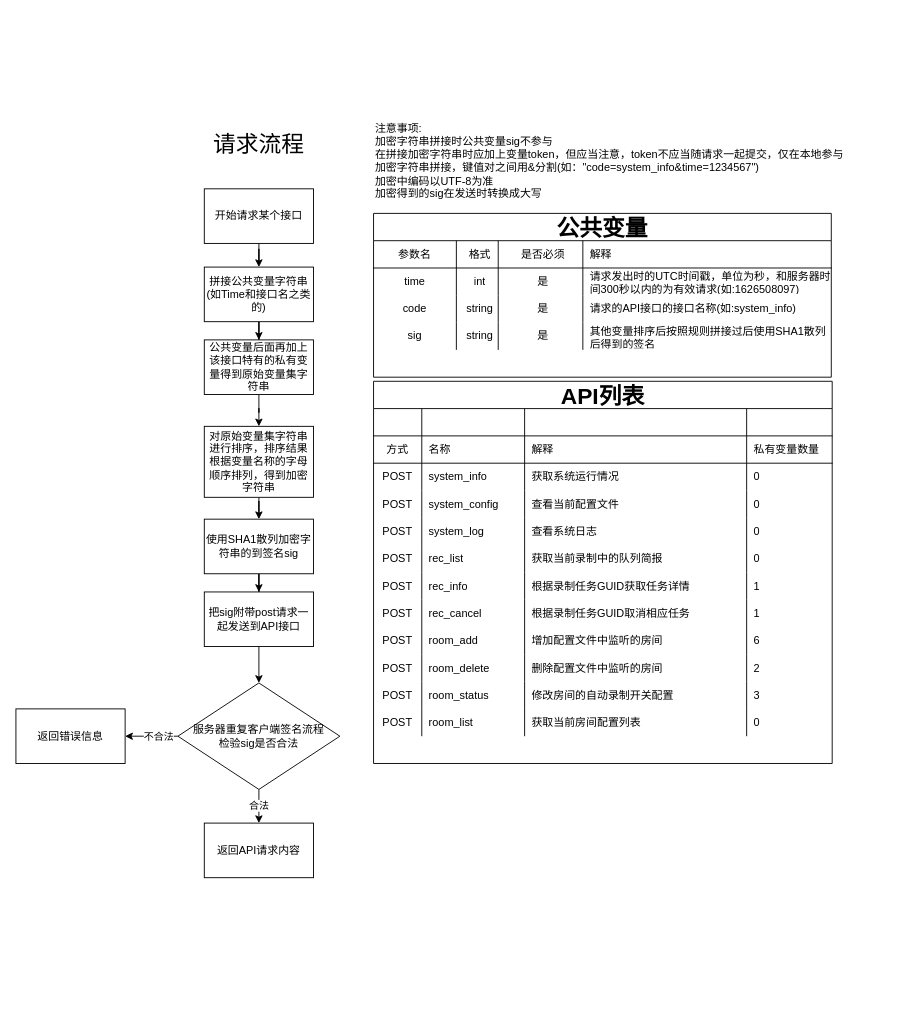
Above: Dev/API.drawio in CHKZL/DDTV (draw.io), before the change. Source tidied: cells renumbered, new cells numbered last; positions are measured from the earlier drawing's top-left corner, leaving out a move shared by most shapes. Both pictures are drawn from the tidied source at 91%, with x=0, y=0 at pixel (15, 116).
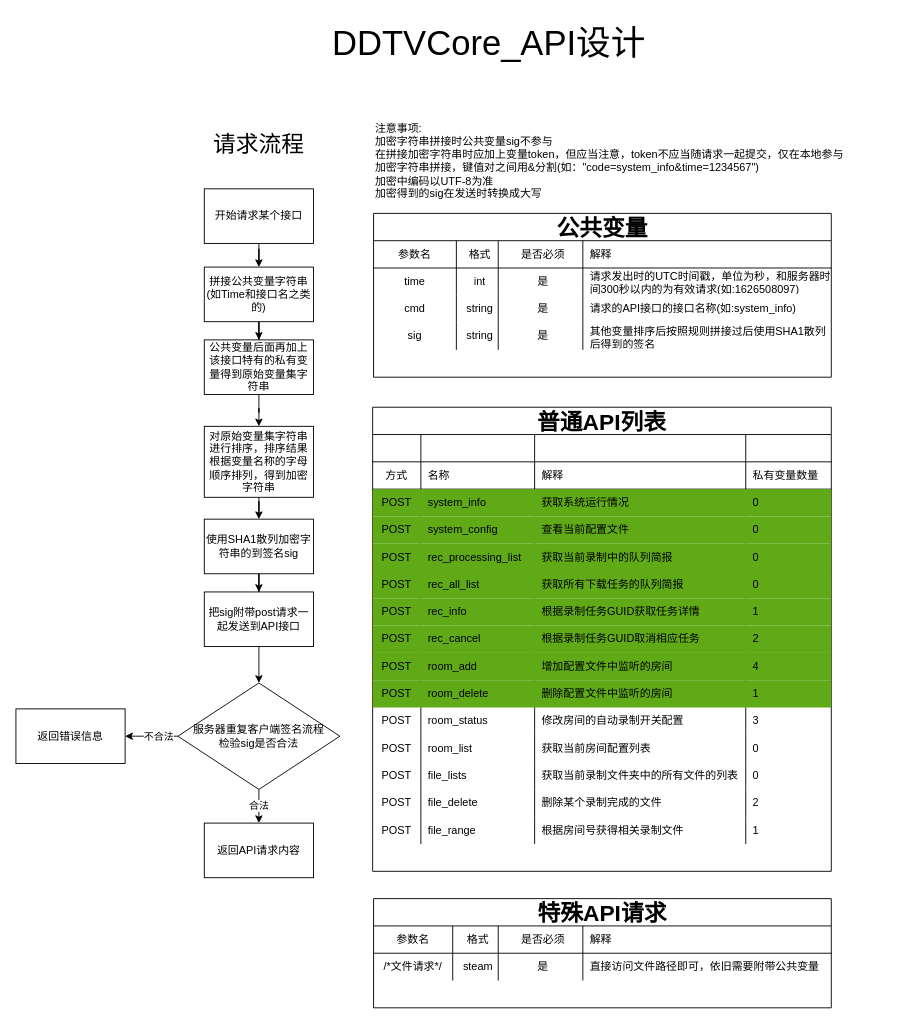
The same diagram, later.

The change refers to these unchanged cells:
```xml
<mxCell id="20" style="shape=partialRectangle;html=1;whiteSpace=wrap;fillColor=none;top=0;left=0;bottom=1;right=0;" parent="19" vertex="1">
  <mxGeometry y="30" width="504" height="30" as="geometry" />
</mxCell>
<mxCell id="25" style="shape=partialRectangle;html=1;whiteSpace=wrap;fillColor=none;top=0;left=0;bottom=1;right=0;" parent="19" vertex="1">
  <mxGeometry y="60" width="504" height="30" as="geometry" />
</mxCell>
<mxCell id="70" style="shape=partialRectangle;html=1;whiteSpace=wrap;fillColor=none;top=0;left=0;bottom=0;right=0;" parent="19" vertex="1">
  <mxGeometry y="330" width="504" height="30" as="geometry" />
</mxCell>
<mxCell id="75" style="shape=partialRectangle;html=1;whiteSpace=wrap;fillColor=none;top=0;left=0;bottom=0;right=0;" parent="19" vertex="1">
  <mxGeometry y="360" width="504" height="30" as="geometry" />
</mxCell>
<mxCell id="91" style="shape=partialRectangle;html=1;whiteSpace=wrap;fillColor=none;top=0;left=0;bottom=0;right=0;" parent="80" vertex="1">
  <mxGeometry y="90" width="503" height="30" as="geometry" />
</mxCell>
```

Change to the diagram source:
```diff
@@
-    <mxCell id="19" value="API列表" style="shape=table;html=1;whiteSpace=wrap;startSize=30;childLayout=tableLayout;rowLines=0;fontStyle=1;align=center;fontSize=25;" parent="1" vertex="1">
-      <mxGeometry x="393" y="291.5" width="504" height="420" as="geometry" />
+    <mxCell id="19" value="普通API列表" style="shape=table;html=1;whiteSpace=wrap;startSize=30;childLayout=tableLayout;rowLines=0;fontStyle=1;align=center;fontSize=25;" parent="1" vertex="1">
+      <mxGeometry x="392" y="320" width="504" height="510" as="geometry" />
     </mxCell>
@@
     <mxCell id="22" style="shape=partialRectangle;html=1;whiteSpace=wrap;fillColor=none;top=0;left=0;bottom=0;right=0;align=left;spacingLeft=6;overflow=hidden;" parent="20" vertex="1">
-      <mxGeometry x="53" width="113" height="30" as="geometry" />
+      <mxGeometry x="53" width="125" height="30" as="geometry" />
     </mxCell>
     <mxCell id="23" style="shape=partialRectangle;html=1;whiteSpace=wrap;fillColor=none;top=0;left=0;bottom=0;right=0;align=left;spacingLeft=6;overflow=hidden;" parent="20" vertex="1">
-      <mxGeometry x="166" width="244" height="30" as="geometry" />
+      <mxGeometry x="178" width="232" height="30" as="geometry" />
     </mxCell>
@@
     <mxCell id="27" value="名称" style="shape=partialRectangle;html=1;whiteSpace=wrap;fillColor=none;top=0;left=0;bottom=0;right=0;align=left;spacingLeft=6;overflow=hidden;" parent="25" vertex="1">
-      <mxGeometry x="53" width="113" height="30" as="geometry" />
+      <mxGeometry x="53" width="125" height="30" as="geometry" />
     </mxCell>
     <mxCell id="28" value="解释" style="shape=partialRectangle;html=1;whiteSpace=wrap;fillColor=none;top=0;left=0;bottom=0;right=0;align=left;spacingLeft=6;overflow=hidden;" parent="25" vertex="1">
-      <mxGeometry x="166" width="244" height="30" as="geometry" />
+      <mxGeometry x="178" width="232" height="30" as="geometry" />
     </mxCell>
@@
-    <mxCell id="30" style="shape=partialRectangle;html=1;whiteSpace=wrap;fillColor=none;top=0;left=0;bottom=0;right=0;" parent="19" vertex="1">
+    <mxCell id="30" style="shape=partialRectangle;html=1;whiteSpace=wrap;fillColor=#60a917;top=0;left=0;bottom=0;right=0;strokeColor=#2D7600;fontColor=#ffffff;" parent="19" vertex="1">
       <mxGeometry y="90" width="504" height="30" as="geometry" />
     </mxCell>
@@
     <mxCell id="32" value="system_info" style="shape=partialRectangle;html=1;whiteSpace=wrap;fillColor=none;top=0;left=0;bottom=0;right=0;align=left;spacingLeft=6;overflow=hidden;" parent="30" vertex="1">
-      <mxGeometry x="53" width="113" height="30" as="geometry" />
+      <mxGeometry x="53" width="125" height="30" as="geometry" />
     </mxCell>
     <mxCell id="33" value="获取系统运行情况" style="shape=partialRectangle;html=1;whiteSpace=wrap;fillColor=none;top=0;left=0;bottom=0;right=0;align=left;spacingLeft=6;overflow=hidden;" parent="30" vertex="1">
-      <mxGeometry x="166" width="244" height="30" as="geometry" />
+      <mxGeometry x="178" width="232" height="30" as="geometry" />
     </mxCell>
@@
-    <mxCell id="35" style="shape=partialRectangle;html=1;whiteSpace=wrap;fillColor=none;top=0;left=0;bottom=0;right=0;" parent="19" vertex="1">
+    <mxCell id="35" style="shape=partialRectangle;html=1;whiteSpace=wrap;fillColor=#60a917;top=0;left=0;bottom=0;right=0;strokeColor=#2D7600;fontColor=#ffffff;" parent="19" vertex="1">
       <mxGeometry y="120" width="504" height="30" as="geometry" />
     </mxCell>
@@
     <mxCell id="37" value="system_config" style="shape=partialRectangle;html=1;whiteSpace=wrap;fillColor=none;top=0;left=0;bottom=0;right=0;align=left;spacingLeft=6;overflow=hidden;" parent="35" vertex="1">
-      <mxGeometry x="53" width="113" height="30" as="geometry" />
+      <mxGeometry x="53" width="125" height="30" as="geometry" />
     </mxCell>
     <mxCell id="38" value="查看当前配置文件" style="shape=partialRectangle;html=1;whiteSpace=wrap;fillColor=none;top=0;left=0;bottom=0;right=0;align=left;spacingLeft=6;overflow=hidden;" parent="35" vertex="1">
-      <mxGeometry x="166" width="244" height="30" as="geometry" />
+      <mxGeometry x="178" width="232" height="30" as="geometry" />
     </mxCell>
@@
-    <mxCell id="40" style="shape=partialRectangle;html=1;whiteSpace=wrap;fillColor=none;top=0;left=0;bottom=0;right=0;" parent="19" vertex="1">
-      <mxGeometry y="150" width="504" height="30" as="geometry" />
-    </mxCell>
-    <mxCell id="41" value="POST" style="shape=partialRectangle;html=1;whiteSpace=wrap;fillColor=none;top=0;left=0;bottom=0;right=0;overflow=hidden;" parent="40" vertex="1">
-      <mxGeometry width="53" height="30" as="geometry" />
-    </mxCell>
-    <mxCell id="42" value="system_log" style="shape=partialRectangle;html=1;whiteSpace=wrap;fillColor=none;top=0;left=0;bottom=0;right=0;align=left;spacingLeft=6;overflow=hidden;" parent="40" vertex="1">
-      <mxGeometry x="53" width="113" height="30" as="geometry" />
-    </mxCell>
-    <mxCell id="43" value="查看系统日志" style="shape=partialRectangle;html=1;whiteSpace=wrap;fillColor=none;top=0;left=0;bottom=0;right=0;align=left;spacingLeft=6;overflow=hidden;" parent="40" vertex="1">
-      <mxGeometry x="166" width="244" height="30" as="geometry" />
-    </mxCell>
-    <mxCell id="44" value="0" style="shape=partialRectangle;html=1;whiteSpace=wrap;fillColor=none;top=0;left=0;bottom=0;right=0;align=left;spacingLeft=6;overflow=hidden;" parent="40" vertex="1">
-      <mxGeometry x="410" width="94" height="30" as="geometry" />
-    </mxCell>
-    <mxCell id="45" style="shape=partialRectangle;html=1;whiteSpace=wrap;fillColor=none;top=0;left=0;bottom=0;right=0;" parent="19" vertex="1">
-      <mxGeometry y="180" width="504" height="30" as="geometry" />
+    <mxCell id="45" style="shape=partialRectangle;html=1;whiteSpace=wrap;fillColor=#60a917;top=0;left=0;bottom=0;right=0;strokeColor=#2D7600;fontColor=#ffffff;" parent="19" vertex="1">
+      <mxGeometry y="150" width="504" height="30" as="geometry" />
     </mxCell>
@@
-    <mxCell id="47" value="rec_list" style="shape=partialRectangle;html=1;whiteSpace=wrap;fillColor=none;top=0;left=0;bottom=0;right=0;align=left;spacingLeft=6;overflow=hidden;" parent="45" vertex="1">
-      <mxGeometry x="53" width="113" height="30" as="geometry" />
+    <mxCell id="47" value="rec_processing_list" style="shape=partialRectangle;html=1;whiteSpace=wrap;fillColor=none;top=0;left=0;bottom=0;right=0;align=left;spacingLeft=6;overflow=hidden;" parent="45" vertex="1">
+      <mxGeometry x="53" width="125" height="30" as="geometry" />
     </mxCell>
     <mxCell id="48" value="获取当前录制中的队列简报" style="shape=partialRectangle;html=1;whiteSpace=wrap;fillColor=none;top=0;left=0;bottom=0;right=0;align=left;spacingLeft=6;overflow=hidden;" parent="45" vertex="1">
-      <mxGeometry x="166" width="244" height="30" as="geometry" />
+      <mxGeometry x="178" width="232" height="30" as="geometry" />
     </mxCell>
@@
+    <mxCell id="104" style="shape=partialRectangle;html=1;whiteSpace=wrap;fillColor=#60a917;top=0;left=0;bottom=0;right=0;strokeColor=#2D7600;fontColor=#ffffff;" parent="19" vertex="1">
+      <mxGeometry y="180" width="504" height="30" as="geometry" />
+    </mxCell>
+    <mxCell id="105" value="POST" style="shape=partialRectangle;html=1;whiteSpace=wrap;fillColor=none;top=0;left=0;bottom=0;right=0;overflow=hidden;" parent="104" vertex="1">
+      <mxGeometry width="53" height="30" as="geometry" />
+    </mxCell>
+    <mxCell id="106" value="rec_all_list" style="shape=partialRectangle;html=1;whiteSpace=wrap;fillColor=none;top=0;left=0;bottom=0;right=0;align=left;spacingLeft=6;overflow=hidden;" parent="104" vertex="1">
+      <mxGeometry x="53" width="125" height="30" as="geometry" />
+    </mxCell>
+    <mxCell id="107" value="获取所有下载任务的队列简报" style="shape=partialRectangle;html=1;whiteSpace=wrap;fillColor=none;top=0;left=0;bottom=0;right=0;align=left;spacingLeft=6;overflow=hidden;" parent="104" vertex="1">
+      <mxGeometry x="178" width="232" height="30" as="geometry" />
+    </mxCell>
+    <mxCell id="108" value="0" style="shape=partialRectangle;html=1;whiteSpace=wrap;fillColor=none;top=0;left=0;bottom=0;right=0;align=left;spacingLeft=6;overflow=hidden;" parent="104" vertex="1">
+      <mxGeometry x="410" width="94" height="30" as="geometry" />
+    </mxCell>
-    <mxCell id="50" style="shape=partialRectangle;html=1;whiteSpace=wrap;fillColor=none;top=0;left=0;bottom=0;right=0;" parent="19" vertex="1">
+    <mxCell id="50" style="shape=partialRectangle;html=1;whiteSpace=wrap;fillColor=#60a917;top=0;left=0;bottom=0;right=0;strokeColor=#2D7600;fontColor=#ffffff;" parent="19" vertex="1">
       <mxGeometry y="210" width="504" height="30" as="geometry" />
     </mxCell>
@@
     <mxCell id="52" value="rec_info" style="shape=partialRectangle;html=1;whiteSpace=wrap;fillColor=none;top=0;left=0;bottom=0;right=0;align=left;spacingLeft=6;overflow=hidden;" parent="50" vertex="1">
-      <mxGeometry x="53" width="113" height="30" as="geometry" />
+      <mxGeometry x="53" width="125" height="30" as="geometry" />
     </mxCell>
     <mxCell id="53" value="根据录制任务GUID获取任务详情" style="shape=partialRectangle;html=1;whiteSpace=wrap;fillColor=none;top=0;left=0;bottom=0;right=0;align=left;spacingLeft=6;overflow=hidden;" parent="50" vertex="1">
-      <mxGeometry x="166" width="244" height="30" as="geometry" />
+      <mxGeometry x="178" width="232" height="30" as="geometry" />
     </mxCell>
@@
-    <mxCell id="55" style="shape=partialRectangle;html=1;whiteSpace=wrap;fillColor=none;top=0;left=0;bottom=0;right=0;" parent="19" vertex="1">
+    <mxCell id="55" style="shape=partialRectangle;html=1;whiteSpace=wrap;fillColor=#60a917;top=0;left=0;bottom=0;right=0;strokeColor=#2D7600;fontColor=#ffffff;" parent="19" vertex="1">
       <mxGeometry y="240" width="504" height="30" as="geometry" />
     </mxCell>
@@
     <mxCell id="57" value="rec_cancel" style="shape=partialRectangle;html=1;whiteSpace=wrap;fillColor=none;top=0;left=0;bottom=0;right=0;align=left;spacingLeft=6;overflow=hidden;" parent="55" vertex="1">
-      <mxGeometry x="53" width="113" height="30" as="geometry" />
+      <mxGeometry x="53" width="125" height="30" as="geometry" />
     </mxCell>
     <mxCell id="58" value="根据录制任务GUID取消相应任务" style="shape=partialRectangle;html=1;whiteSpace=wrap;fillColor=none;top=0;left=0;bottom=0;right=0;align=left;spacingLeft=6;overflow=hidden;" parent="55" vertex="1">
-      <mxGeometry x="166" width="244" height="30" as="geometry" />
+      <mxGeometry x="178" width="232" height="30" as="geometry" />
     </mxCell>
-    <mxCell id="59" value="1" style="shape=partialRectangle;html=1;whiteSpace=wrap;fillColor=none;top=0;left=0;bottom=0;right=0;align=left;spacingLeft=6;overflow=hidden;" parent="55" vertex="1">
+    <mxCell id="59" value="2" style="shape=partialRectangle;html=1;whiteSpace=wrap;fillColor=none;top=0;left=0;bottom=0;right=0;align=left;spacingLeft=6;overflow=hidden;" parent="55" vertex="1">
       <mxGeometry x="410" width="94" height="30" as="geometry" />
     </mxCell>
-    <mxCell id="60" style="shape=partialRectangle;html=1;whiteSpace=wrap;fillColor=none;top=0;left=0;bottom=0;right=0;" parent="19" vertex="1">
+    <mxCell id="60" style="shape=partialRectangle;html=1;whiteSpace=wrap;fillColor=#60a917;top=0;left=0;bottom=0;right=0;strokeColor=#2D7600;fontColor=#ffffff;" parent="19" vertex="1">
       <mxGeometry y="270" width="504" height="30" as="geometry" />
     </mxCell>
@@
     <mxCell id="62" value="room_add" style="shape=partialRectangle;html=1;whiteSpace=wrap;fillColor=none;top=0;left=0;bottom=0;right=0;align=left;spacingLeft=6;overflow=hidden;" parent="60" vertex="1">
-      <mxGeometry x="53" width="113" height="30" as="geometry" />
+      <mxGeometry x="53" width="125" height="30" as="geometry" />
     </mxCell>
     <mxCell id="63" value="增加配置文件中监听的房间" style="shape=partialRectangle;html=1;whiteSpace=wrap;fillColor=none;top=0;left=0;bottom=0;right=0;align=left;spacingLeft=6;overflow=hidden;" parent="60" vertex="1">
-      <mxGeometry x="166" width="244" height="30" as="geometry" />
+      <mxGeometry x="178" width="232" height="30" as="geometry" />
     </mxCell>
-    <mxCell id="64" value="6" style="shape=partialRectangle;html=1;whiteSpace=wrap;fillColor=none;top=0;left=0;bottom=0;right=0;align=left;spacingLeft=6;overflow=hidden;" parent="60" vertex="1">
+    <mxCell id="64" value="4" style="shape=partialRectangle;html=1;whiteSpace=wrap;fillColor=none;top=0;left=0;bottom=0;right=0;align=left;spacingLeft=6;overflow=hidden;" parent="60" vertex="1">
       <mxGeometry x="410" width="94" height="30" as="geometry" />
     </mxCell>
-    <mxCell id="65" style="shape=partialRectangle;html=1;whiteSpace=wrap;fillColor=none;top=0;left=0;bottom=0;right=0;" parent="19" vertex="1">
+    <mxCell id="65" style="shape=partialRectangle;html=1;whiteSpace=wrap;fillColor=#60a917;top=0;left=0;bottom=0;right=0;strokeColor=#2D7600;fontColor=#ffffff;" parent="19" vertex="1">
       <mxGeometry y="300" width="504" height="30" as="geometry" />
     </mxCell>
@@
     <mxCell id="67" value="room_delete" style="shape=partialRectangle;html=1;whiteSpace=wrap;fillColor=none;top=0;left=0;bottom=0;right=0;align=left;spacingLeft=6;overflow=hidden;" parent="65" vertex="1">
-      <mxGeometry x="53" width="113" height="30" as="geometry" />
+      <mxGeometry x="53" width="125" height="30" as="geometry" />
     </mxCell>
     <mxCell id="68" value="删除配置文件中监听的房间" style="shape=partialRectangle;html=1;whiteSpace=wrap;fillColor=none;top=0;left=0;bottom=0;right=0;align=left;spacingLeft=6;overflow=hidden;" parent="65" vertex="1">
-      <mxGeometry x="166" width="244" height="30" as="geometry" />
+      <mxGeometry x="178" width="232" height="30" as="geometry" />
     </mxCell>
-    <mxCell id="69" value="2" style="shape=partialRectangle;html=1;whiteSpace=wrap;fillColor=none;top=0;left=0;bottom=0;right=0;align=left;spacingLeft=6;overflow=hidden;" parent="65" vertex="1">
+    <mxCell id="69" value="1" style="shape=partialRectangle;html=1;whiteSpace=wrap;fillColor=none;top=0;left=0;bottom=0;right=0;align=left;spacingLeft=6;overflow=hidden;" parent="65" vertex="1">
       <mxGeometry x="410" width="94" height="30" as="geometry" />
     </mxCell>
@@
     <mxCell id="72" value="room_status" style="shape=partialRectangle;html=1;whiteSpace=wrap;fillColor=none;top=0;left=0;bottom=0;right=0;align=left;spacingLeft=6;overflow=hidden;" parent="70" vertex="1">
-      <mxGeometry x="53" width="113" height="30" as="geometry" />
+      <mxGeometry x="53" width="125" height="30" as="geometry" />
     </mxCell>
     <mxCell id="73" value="修改房间的自动录制开关配置" style="shape=partialRectangle;html=1;whiteSpace=wrap;fillColor=none;top=0;left=0;bottom=0;right=0;align=left;spacingLeft=6;overflow=hidden;" parent="70" vertex="1">
-      <mxGeometry x="166" width="244" height="30" as="geometry" />
+      <mxGeometry x="178" width="232" height="30" as="geometry" />
     </mxCell>
@@
     <mxCell id="77" value="room_list" style="shape=partialRectangle;html=1;whiteSpace=wrap;fillColor=none;top=0;left=0;bottom=0;right=0;align=left;spacingLeft=6;overflow=hidden;" parent="75" vertex="1">
-      <mxGeometry x="53" width="113" height="30" as="geometry" />
+      <mxGeometry x="53" width="125" height="30" as="geometry" />
     </mxCell>
     <mxCell id="78" value="获取当前房间配置列表" style="shape=partialRectangle;html=1;whiteSpace=wrap;fillColor=none;top=0;left=0;bottom=0;right=0;align=left;spacingLeft=6;overflow=hidden;" parent="75" vertex="1">
-      <mxGeometry x="166" width="244" height="30" as="geometry" />
+      <mxGeometry x="178" width="232" height="30" as="geometry" />
     </mxCell>
@@
+    <mxCell id="109" style="shape=partialRectangle;html=1;whiteSpace=wrap;fillColor=none;top=0;left=0;bottom=0;right=0;" parent="19" vertex="1">
+      <mxGeometry y="390" width="504" height="30" as="geometry" />
+    </mxCell>
+    <mxCell id="110" value="POST" style="shape=partialRectangle;html=1;whiteSpace=wrap;fillColor=none;top=0;left=0;bottom=0;right=0;overflow=hidden;" parent="109" vertex="1">
+      <mxGeometry width="53" height="30" as="geometry" />
+    </mxCell>
+    <mxCell id="111" value="file_lists" style="shape=partialRectangle;html=1;whiteSpace=wrap;fillColor=none;top=0;left=0;bottom=0;right=0;align=left;spacingLeft=6;overflow=hidden;" parent="109" vertex="1">
+      <mxGeometry x="53" width="125" height="30" as="geometry" />
+    </mxCell>
+    <mxCell id="112" value="获取当前录制文件夹中的所有文件的列表" style="shape=partialRectangle;html=1;whiteSpace=wrap;fillColor=none;top=0;left=0;bottom=0;right=0;align=left;spacingLeft=6;overflow=hidden;" parent="109" vertex="1">
+      <mxGeometry x="178" width="232" height="30" as="geometry" />
+    </mxCell>
+    <mxCell id="113" value="0" style="shape=partialRectangle;html=1;whiteSpace=wrap;fillColor=none;top=0;left=0;bottom=0;right=0;align=left;spacingLeft=6;overflow=hidden;" parent="109" vertex="1">
+      <mxGeometry x="410" width="94" height="30" as="geometry" />
+    </mxCell>
+    <mxCell id="114" style="shape=partialRectangle;html=1;whiteSpace=wrap;fillColor=none;top=0;left=0;bottom=0;right=0;" parent="19" vertex="1">
+      <mxGeometry y="420" width="504" height="30" as="geometry" />
+    </mxCell>
+    <mxCell id="115" value="POST" style="shape=partialRectangle;html=1;whiteSpace=wrap;fillColor=none;top=0;left=0;bottom=0;right=0;overflow=hidden;" parent="114" vertex="1">
+      <mxGeometry width="53" height="30" as="geometry" />
+    </mxCell>
+    <mxCell id="116" value="file_delete" style="shape=partialRectangle;html=1;whiteSpace=wrap;fillColor=none;top=0;left=0;bottom=0;right=0;align=left;spacingLeft=6;overflow=hidden;" parent="114" vertex="1">
+      <mxGeometry x="53" width="125" height="30" as="geometry" />
+    </mxCell>
+    <mxCell id="117" value="删除某个录制完成的文件" style="shape=partialRectangle;html=1;whiteSpace=wrap;fillColor=none;top=0;left=0;bottom=0;right=0;align=left;spacingLeft=6;overflow=hidden;" parent="114" vertex="1">
+      <mxGeometry x="178" width="232" height="30" as="geometry" />
+    </mxCell>
+    <mxCell id="118" value="2" style="shape=partialRectangle;html=1;whiteSpace=wrap;fillColor=none;top=0;left=0;bottom=0;right=0;align=left;spacingLeft=6;overflow=hidden;" parent="114" vertex="1">
+      <mxGeometry x="410" width="94" height="30" as="geometry" />
+    </mxCell>
+    <mxCell id="119" style="shape=partialRectangle;html=1;whiteSpace=wrap;fillColor=none;top=0;left=0;bottom=0;right=0;" parent="19" vertex="1">
+      <mxGeometry y="450" width="504" height="30" as="geometry" />
+    </mxCell>
+    <mxCell id="120" value="POST" style="shape=partialRectangle;html=1;whiteSpace=wrap;fillColor=none;top=0;left=0;bottom=0;right=0;overflow=hidden;" parent="119" vertex="1">
+      <mxGeometry width="53" height="30" as="geometry" />
+    </mxCell>
+    <mxCell id="121" value="file_range" style="shape=partialRectangle;html=1;whiteSpace=wrap;fillColor=none;top=0;left=0;bottom=0;right=0;align=left;spacingLeft=6;overflow=hidden;" parent="119" vertex="1">
+      <mxGeometry x="53" width="125" height="30" as="geometry" />
+    </mxCell>
+    <mxCell id="122" value="根据房间号获得相关录制文件" style="shape=partialRectangle;html=1;whiteSpace=wrap;fillColor=none;top=0;left=0;bottom=0;right=0;align=left;spacingLeft=6;overflow=hidden;" parent="119" vertex="1">
+      <mxGeometry x="178" width="232" height="30" as="geometry" />
+    </mxCell>
+    <mxCell id="123" value="1" style="shape=partialRectangle;html=1;whiteSpace=wrap;fillColor=none;top=0;left=0;bottom=0;right=0;align=left;spacingLeft=6;overflow=hidden;" parent="119" vertex="1">
+      <mxGeometry x="410" width="94" height="30" as="geometry" />
+    </mxCell>
@@
-    <mxCell id="92" value="code" style="shape=partialRectangle;html=1;whiteSpace=wrap;fillColor=none;top=0;left=0;bottom=0;right=0;overflow=hidden;" parent="91" vertex="1">
+    <mxCell id="92" value="cmd" style="shape=partialRectangle;html=1;whiteSpace=wrap;fillColor=none;top=0;left=0;bottom=0;right=0;overflow=hidden;" parent="91" vertex="1">
       <mxGeometry width="91" height="30" as="geometry" />
     </mxCell>
@@
+    <mxCell id="124" value="特殊API请求" style="shape=table;html=1;whiteSpace=wrap;startSize=30;childLayout=tableLayout;rowLines=0;fontStyle=1;align=center;fontSize=25;" parent="1" vertex="1">
+      <mxGeometry x="393" y="860" width="503" height="120" as="geometry" />
+    </mxCell>
+    <mxCell id="125" style="shape=partialRectangle;html=1;whiteSpace=wrap;fillColor=none;top=0;left=0;bottom=1;right=0;" parent="124" vertex="1">
+      <mxGeometry y="30" width="503" height="30" as="geometry" />
+    </mxCell>
+    <mxCell id="126" value="参数名" style="shape=partialRectangle;html=1;whiteSpace=wrap;fillColor=none;top=0;left=0;bottom=0;right=0;overflow=hidden;" parent="125" vertex="1">
+      <mxGeometry width="87" height="30" as="geometry" />
+    </mxCell>
+    <mxCell id="127" value="格式" style="shape=partialRectangle;html=1;whiteSpace=wrap;fillColor=none;top=0;left=0;bottom=0;right=0;align=center;spacingLeft=6;overflow=hidden;" parent="125" vertex="1">
+      <mxGeometry x="87" width="50" height="30" as="geometry" />
+    </mxCell>
+    <mxCell id="128" value="是否必须" style="shape=partialRectangle;html=1;whiteSpace=wrap;fillColor=none;top=0;left=0;bottom=0;right=0;align=center;spacingLeft=6;overflow=hidden;" parent="125" vertex="1">
+      <mxGeometry x="137" width="93" height="30" as="geometry" />
+    </mxCell>
+    <mxCell id="129" value="&lt;span&gt;解释&lt;/span&gt;" style="shape=partialRectangle;html=1;whiteSpace=wrap;fillColor=none;top=0;left=0;bottom=0;right=0;align=left;spacingLeft=6;overflow=hidden;" parent="125" vertex="1">
+      <mxGeometry x="230" width="273" height="30" as="geometry" />
+    </mxCell>
+    <mxCell id="130" style="shape=partialRectangle;html=1;whiteSpace=wrap;fillColor=none;top=0;left=0;bottom=0;right=0;" parent="124" vertex="1">
+      <mxGeometry y="60" width="503" height="30" as="geometry" />
+    </mxCell>
+    <mxCell id="131" value="/*文件请求*/" style="shape=partialRectangle;html=1;whiteSpace=wrap;fillColor=none;top=0;left=0;bottom=0;right=0;overflow=hidden;" parent="130" vertex="1">
+      <mxGeometry width="87" height="30" as="geometry" />
+    </mxCell>
+    <mxCell id="132" value="steam" style="shape=partialRectangle;html=1;whiteSpace=wrap;fillColor=none;top=0;left=0;bottom=0;right=0;align=center;spacingLeft=6;overflow=hidden;" parent="130" vertex="1">
+      <mxGeometry x="87" width="50" height="30" as="geometry" />
+    </mxCell>
+    <mxCell id="133" value="是" style="shape=partialRectangle;html=1;whiteSpace=wrap;fillColor=none;top=0;left=0;bottom=0;right=0;align=center;spacingLeft=6;overflow=hidden;" parent="130" vertex="1">
+      <mxGeometry x="137" width="93" height="30" as="geometry" />
+    </mxCell>
+    <mxCell id="134" value="&lt;span&gt;直接访问文件路径即可，依旧需要附带公共变量&lt;/span&gt;" style="shape=partialRectangle;html=1;whiteSpace=wrap;fillColor=none;top=0;left=0;bottom=0;right=0;align=left;spacingLeft=6;overflow=hidden;" parent="130" vertex="1">
+      <mxGeometry x="230" width="273" height="30" as="geometry" />
+    </mxCell>
+    <mxCell id="135" value="DDTVCore_API设计" style="text;html=1;strokeColor=none;fillColor=none;align=center;verticalAlign=middle;whiteSpace=wrap;rounded=0;fontSize=38;" parent="1" vertex="1">
+      <mxGeometry x="320" y="-110" width="400" height="60" as="geometry" />
+    </mxCell>
```
